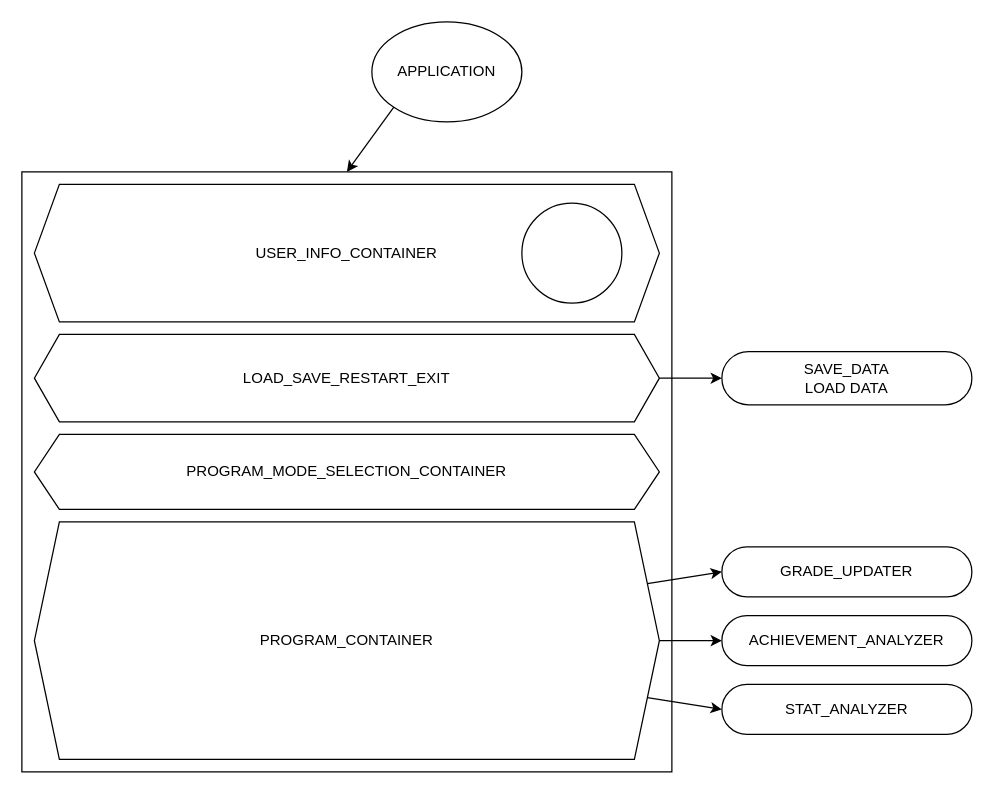
Before: page "APPLICATION" (7 of 10) of scheme.drawio in SplishBoom/Transkript-Manager, a draw.io diagram. Source tidied: cells renumbered, new cells numbered last; positions are measured from the earlier drawing's top-left corner, leaving out a move shared by most shapes. Both pictures are drawn from the tidied source at 125%, with x=0, y=0 at pixel (21, 21).
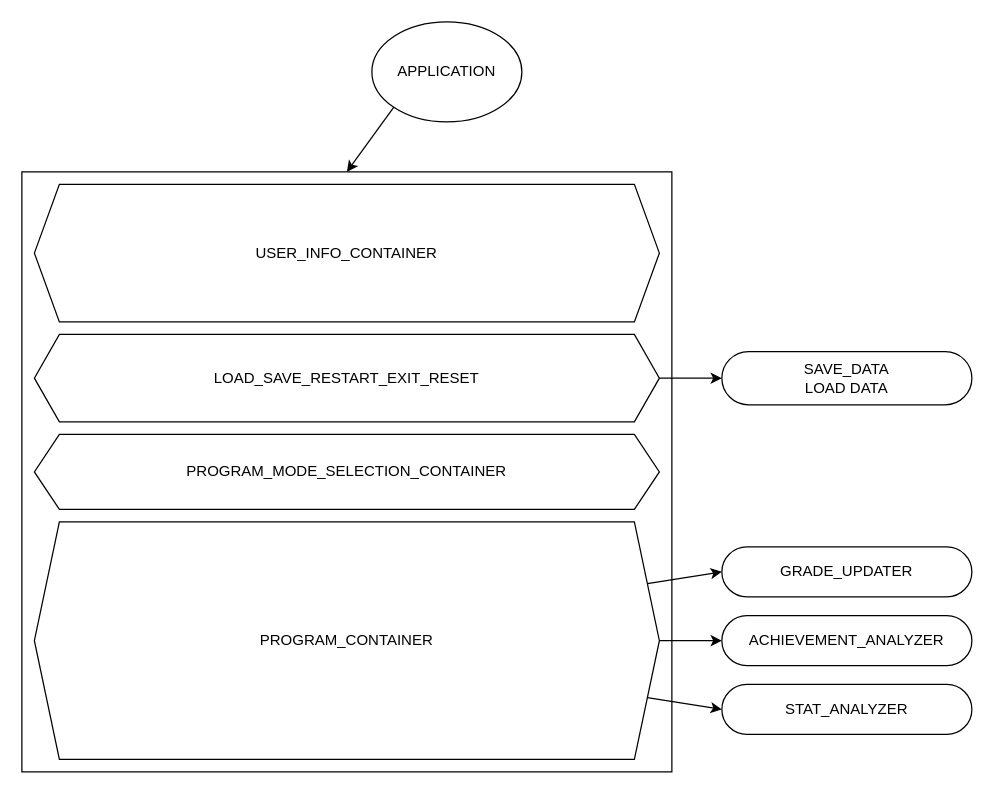
After the change.

Change to the diagram source:
```diff
@@
 <mxGraphModel>
   <root>
     <mxCell id="0" />
     <mxCell id="1" parent="0" />
     <mxCell id="2" style="edgeStyle=none;html=1;exitX=0;exitY=1;exitDx=0;exitDy=0;entryX=0.5;entryY=0;entryDx=0;entryDy=0;" parent="1" edge="1" source="3" target="4">
       <mxGeometry relative="1" as="geometry" />
     </mxCell>
     <mxCell id="3" value="APPLICATION" style="ellipse;whiteSpace=wrap;html=1;" parent="1" vertex="1">
       <mxGeometry x="280" width="120" height="80" as="geometry" />
     </mxCell>
     <mxCell id="4" value="&lt;br&gt;" style="rounded=1;whiteSpace=wrap;html=1;arcSize=0;" parent="1" vertex="1">
       <mxGeometry y="120" width="520" height="480" as="geometry" />
     </mxCell>
     <mxCell id="5" value="USER_INFO_CONTAINER" style="shape=hexagon;perimeter=hexagonPerimeter2;whiteSpace=wrap;html=1;fixedSize=1;" parent="1" vertex="1">
       <mxGeometry x="10" y="130" width="500" height="110" as="geometry" />
     </mxCell>
-    <mxCell id="6" style="ellipse;whiteSpace=wrap;html=1;" parent="1" vertex="1">
-      <mxGeometry x="400" y="145" width="80" height="80" as="geometry" />
-    </mxCell>
     <mxCell id="7" value="PROGRAM_MODE_SELECTION_CONTAINER" style="shape=hexagon;perimeter=hexagonPerimeter2;whiteSpace=wrap;html=1;fixedSize=1;" parent="1" vertex="1">
       <mxGeometry x="10" y="330" width="500" height="60" as="geometry" />
     </mxCell>
     <mxCell id="8" style="edgeStyle=none;html=1;exitX=1;exitY=0.5;exitDx=0;exitDy=0;entryX=0;entryY=0.5;entryDx=0;entryDy=0;" parent="1" edge="1" source="11" target="14">
       <mxGeometry relative="1" as="geometry" />
     </mxCell>
     <mxCell id="9" style="edgeStyle=none;html=1;exitX=1;exitY=0.25;exitDx=0;exitDy=0;entryX=0;entryY=0.5;entryDx=0;entryDy=0;" parent="1" edge="1" source="11" target="12">
       <mxGeometry relative="1" as="geometry" />
     </mxCell>
     <mxCell id="10" style="edgeStyle=none;html=1;exitX=1;exitY=0.75;exitDx=0;exitDy=0;entryX=0;entryY=0.5;entryDx=0;entryDy=0;" parent="1" edge="1" source="11" target="13">
       <mxGeometry relative="1" as="geometry" />
     </mxCell>
     <mxCell id="11" value="PROGRAM_CONTAINER" style="shape=hexagon;perimeter=hexagonPerimeter2;whiteSpace=wrap;html=1;fixedSize=1;" parent="1" vertex="1">
       <mxGeometry x="10" y="400" width="500" height="190" as="geometry" />
     </mxCell>
     <mxCell id="12" value="GRADE_UPDATER" style="rounded=1;whiteSpace=wrap;html=1;arcSize=50;" parent="1" vertex="1">
       <mxGeometry x="560" y="420" width="200" height="40" as="geometry" />
     </mxCell>
     <mxCell id="13" value="STAT_ANALYZER" style="rounded=1;whiteSpace=wrap;html=1;arcSize=50;" parent="1" vertex="1">
       <mxGeometry x="560" y="530" width="200" height="40" as="geometry" />
     </mxCell>
     <mxCell id="14" value="ACHIEVEMENT_ANALYZER" style="rounded=1;whiteSpace=wrap;html=1;arcSize=50;" parent="1" vertex="1">
       <mxGeometry x="560" y="475" width="200" height="40" as="geometry" />
     </mxCell>
     <mxCell id="15" style="edgeStyle=none;html=1;exitX=1;exitY=0.5;exitDx=0;exitDy=0;entryX=0;entryY=0.5;entryDx=0;entryDy=0;" parent="1" edge="1" source="16" target="17">
       <mxGeometry relative="1" as="geometry" />
     </mxCell>
-    <mxCell id="16" value="LOAD_SAVE_RESTART_EXIT" style="shape=hexagon;perimeter=hexagonPerimeter2;whiteSpace=wrap;html=1;fixedSize=1;" parent="1" vertex="1">
+    <mxCell id="16" value="LOAD_SAVE_RESTART_EXIT_RESET" style="shape=hexagon;perimeter=hexagonPerimeter2;whiteSpace=wrap;html=1;fixedSize=1;" parent="1" vertex="1">
       <mxGeometry x="10" y="250" width="500" height="70" as="geometry" />
     </mxCell>
     <mxCell id="17" value="SAVE_DATA&lt;br&gt;LOAD DATA" style="rounded=1;whiteSpace=wrap;html=1;arcSize=50;" parent="1" vertex="1">
       <mxGeometry x="560" y="263.8" width="200" height="42.5" as="geometry" />
     </mxCell>
   </root>
 </mxGraphModel>
```
